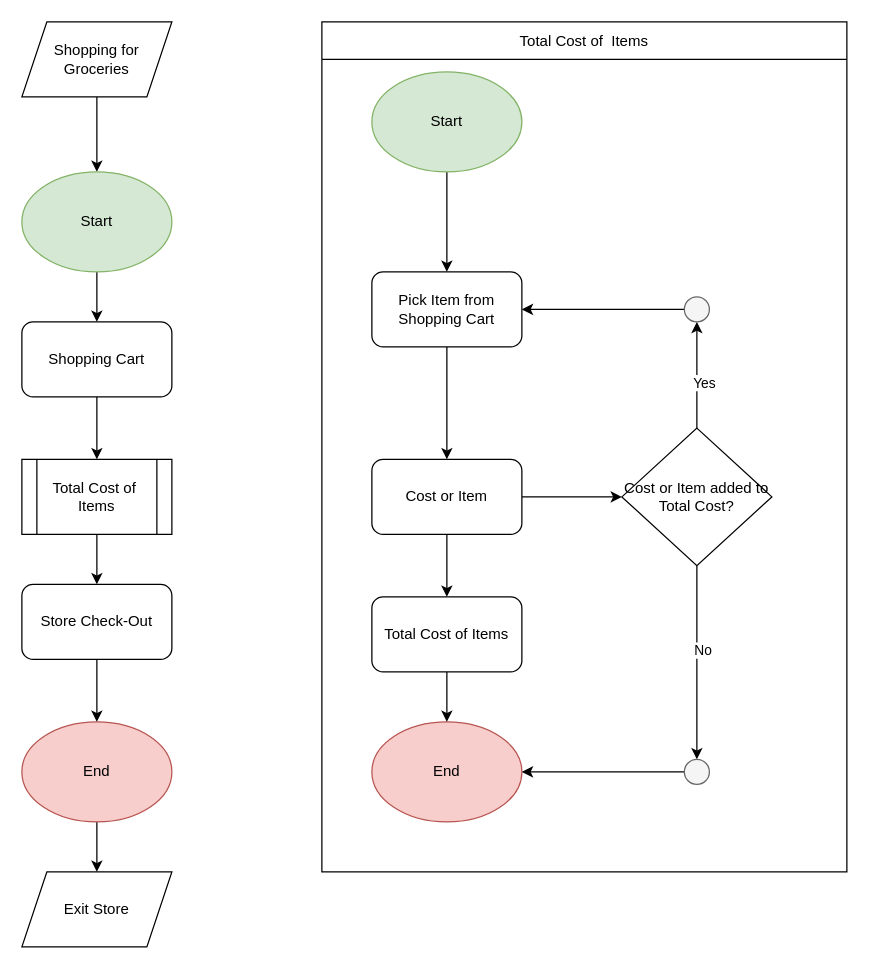
This is Store Check-Out Process Diagram.drawio from matkiai/me_and_myself, a draw.io file, before an edit. Source tidied: cells renumbered, new cells numbered last; positions are measured from the earlier drawing's top-left corner, leaving out a move shared by most shapes. Both pictures are drawn from the tidied source at 125%, with x=0, y=0 at pixel (21, 21).
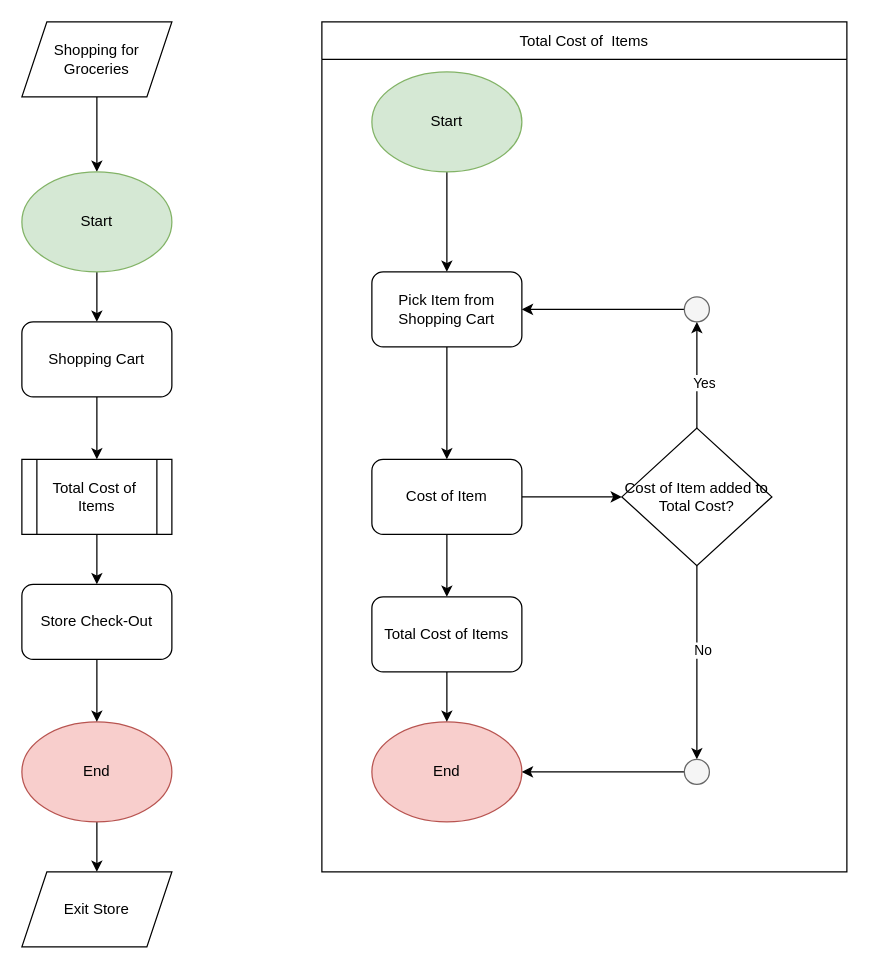
Above is the later version.

Change to the diagram source:
```diff
@@
-    <mxCell id="25" value="Cost or Item" style="rounded=1;whiteSpace=wrap;html=1;" parent="1" vertex="1">
+    <mxCell id="25" value="Cost of Item" style="rounded=1;whiteSpace=wrap;html=1;" parent="1" vertex="1">
       <mxGeometry x="280" y="350" width="120" height="60" as="geometry" />
     </mxCell>
@@
-    <mxCell id="32" value="Cost or Item added to Total Cost?" style="rhombus;whiteSpace=wrap;html=1;" parent="1" vertex="1">
+    <mxCell id="32" value="Cost of Item added to Total Cost?" style="rhombus;whiteSpace=wrap;html=1;" parent="1" vertex="1">
       <mxGeometry x="480" y="325" width="120" height="110" as="geometry" />
     </mxCell>
```
